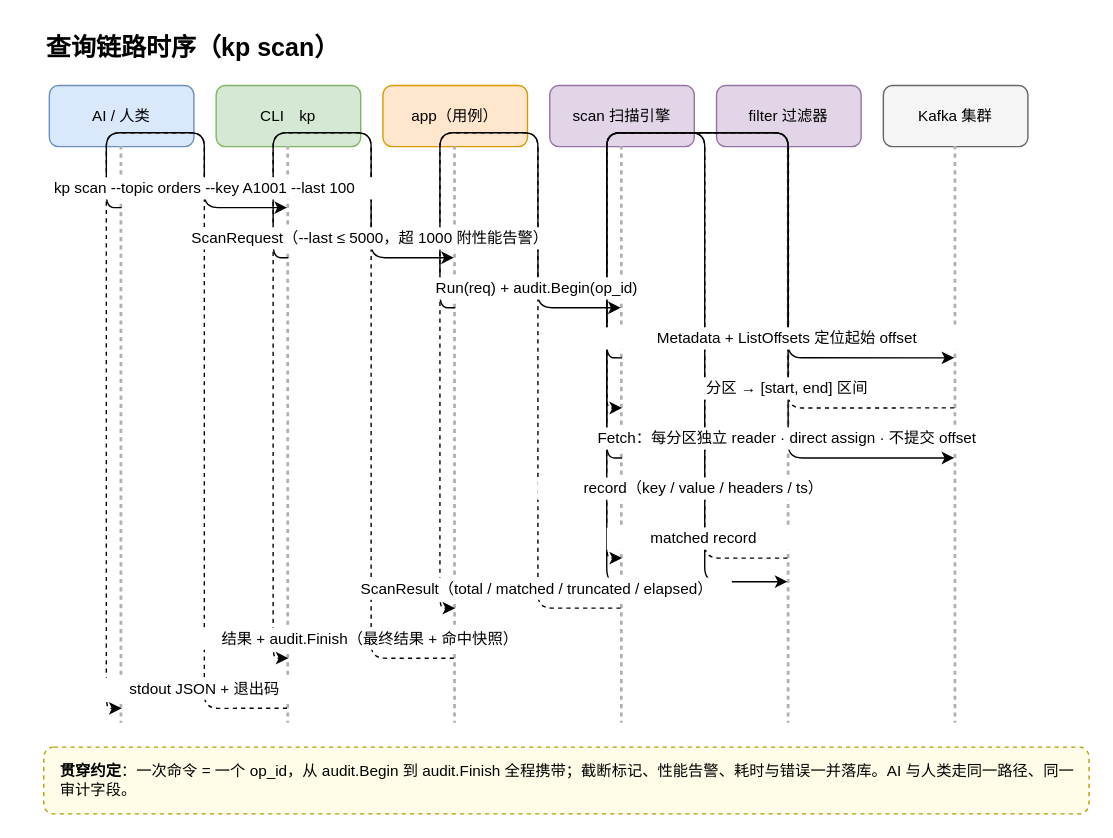
Earlier version of the draw.io diagram page "3-查询链路时序" (3 of 5) of docs/figures/kafka-pilot-架构图.drawio (shinerio/kafka-copilot). Source tidied: cells renumbered, new cells numbered last; positions are measured from the earlier drawing's top-left corner, leaving out a move shared by most shapes. Both pictures are drawn from the tidied source at 139%, with x=0, y=0 at pixel (24, 24).
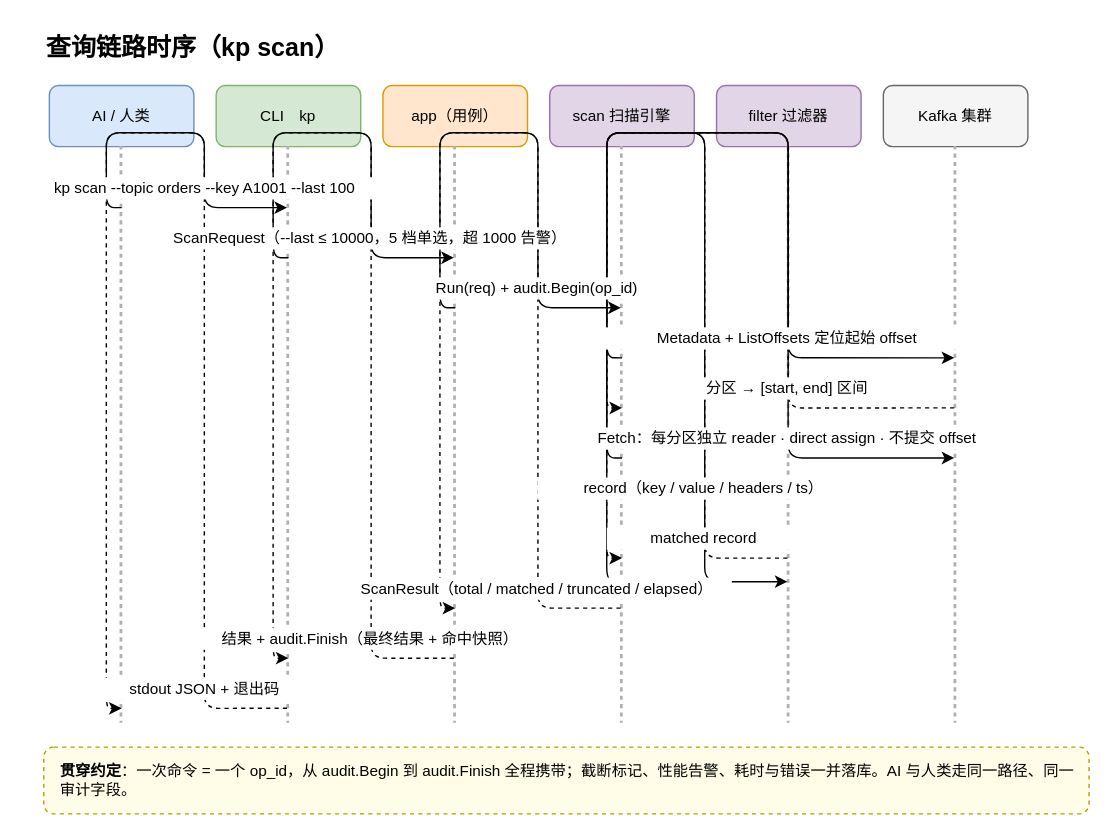
The same page after the edit.

Change to the diagram source:
```diff
@@
-    <mxCell id="28" value="ScanRequest（--last ≤ 5000，超 1000 附性能告警）" style="rounded=0;fillColor=#ffffff;strokeColor=none;fontSize=11;align=center;verticalAlign=middle;whiteSpace=wrap;html=1;" parent="1" vertex="1">
-      <mxGeometry x="109" y="146" width="280" height="16" as="geometry" />
+    <mxCell id="28" value="ScanRequest（--last ≤ 10000，5 档单选，超 1000 告警）" style="rounded=0;fillColor=#ffffff;strokeColor=none;fontSize=11;align=center;verticalAlign=middle;whiteSpace=wrap;html=1;" parent="1" vertex="1">
+      <mxGeometry x="99" y="146" width="300" height="16" as="geometry" />
     </mxCell>
```
